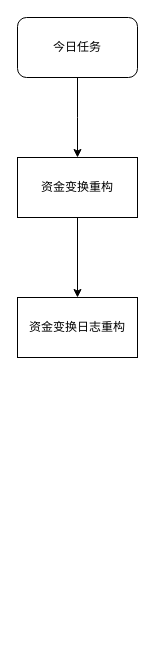
Earlier version of the draw.io diagram 20220406.drawio (githublinpeng/softwareImage). Source tidied: cells renumbered, new cells numbered last; positions are measured from the earlier drawing's top-left corner, leaving out a move shared by most shapes. Both pictures are drawn from the tidied source at 100%, with x=0, y=0 at pixel (17, 17).
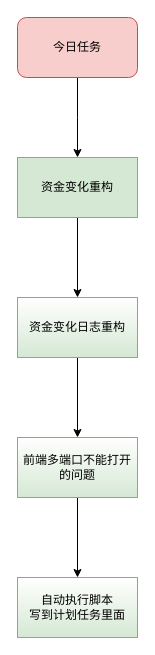
The same page after the edit.

The edit, as a diff of the source:
```diff
@@
 <mxGraphModel>
   <root>
     <mxCell id="0" />
     <mxCell id="1" parent="0" />
     <mxCell id="2" style="edgeStyle=orthogonalEdgeStyle;rounded=0;jettySize=auto;html=1;" parent="1" edge="1" source="3">
       <mxGeometry relative="1" as="geometry">
         <mxPoint x="60" y="140" as="targetPoint" />
       </mxGeometry>
     </mxCell>
-    <mxCell id="3" value="今日任务" style="rounded=1;whiteSpace=wrap;html=1;" parent="1" vertex="1">
+    <mxCell id="3" value="今日任务" style="rounded=1;whiteSpace=wrap;html=1;fillColor=#f8cecc;strokeColor=#b85450;" parent="1" vertex="1">
       <mxGeometry width="120" height="60" as="geometry" />
     </mxCell>
     <mxCell id="4" style="edgeStyle=orthogonalEdgeStyle;rounded=0;jettySize=auto;html=1;" parent="1" edge="1" source="5" target="6">
       <mxGeometry relative="1" as="geometry" />
     </mxCell>
-    <mxCell id="5" value="资金变换重构" style="rounded=0;whiteSpace=wrap;html=1;" parent="1" vertex="1">
+    <mxCell id="5" value="资金变化重构" style="rounded=0;whiteSpace=wrap;html=1;fillColor=#d5e8d4;strokeColor=#82b366;" parent="1" vertex="1">
       <mxGeometry y="140" width="120" height="60" as="geometry" />
     </mxCell>
+    <mxCell id="7" style="edgeStyle=orthogonalEdgeStyle;rounded=0;jettySize=auto;html=1;" parent="1" edge="1" source="6" target="9">
+      <mxGeometry relative="1" as="geometry" />
+    </mxCell>
-    <mxCell id="6" value="资金变换日志重构" style="whiteSpace=wrap;html=1;rounded=0;" parent="1" vertex="1">
+    <mxCell id="6" value="资金变化日志重构" style="whiteSpace=wrap;html=1;rounded=0;fillColor=#d5e8d4;strokeColor=#82b366;gradientColor=#ffffff;gradientDirection=north;" parent="1" vertex="1">
       <mxGeometry y="280" width="120" height="60" as="geometry" />
     </mxCell>
+    <mxCell id="8" style="edgeStyle=orthogonalEdgeStyle;rounded=0;jettySize=auto;html=1;" parent="1" edge="1" source="9" target="10">
+      <mxGeometry relative="1" as="geometry" />
+    </mxCell>
+    <mxCell id="9" value="前端多端口不能打开的问题" style="whiteSpace=wrap;html=1;rounded=0;fillColor=#d5e8d4;strokeColor=#82b366;gradientColor=#ffffff;gradientDirection=north;" parent="1" vertex="1">
+      <mxGeometry y="420" width="120" height="60" as="geometry" />
+    </mxCell>
+    <mxCell id="10" value="自动执行脚本&lt;br&gt;写到计划任务里面" style="whiteSpace=wrap;html=1;rounded=0;fillColor=#d5e8d4;strokeColor=#82b366;gradientColor=#ffffff;gradientDirection=north;" parent="1" vertex="1">
+      <mxGeometry y="560" width="120" height="60" as="geometry" />
+    </mxCell>
   </root>
 </mxGraphModel>
```
